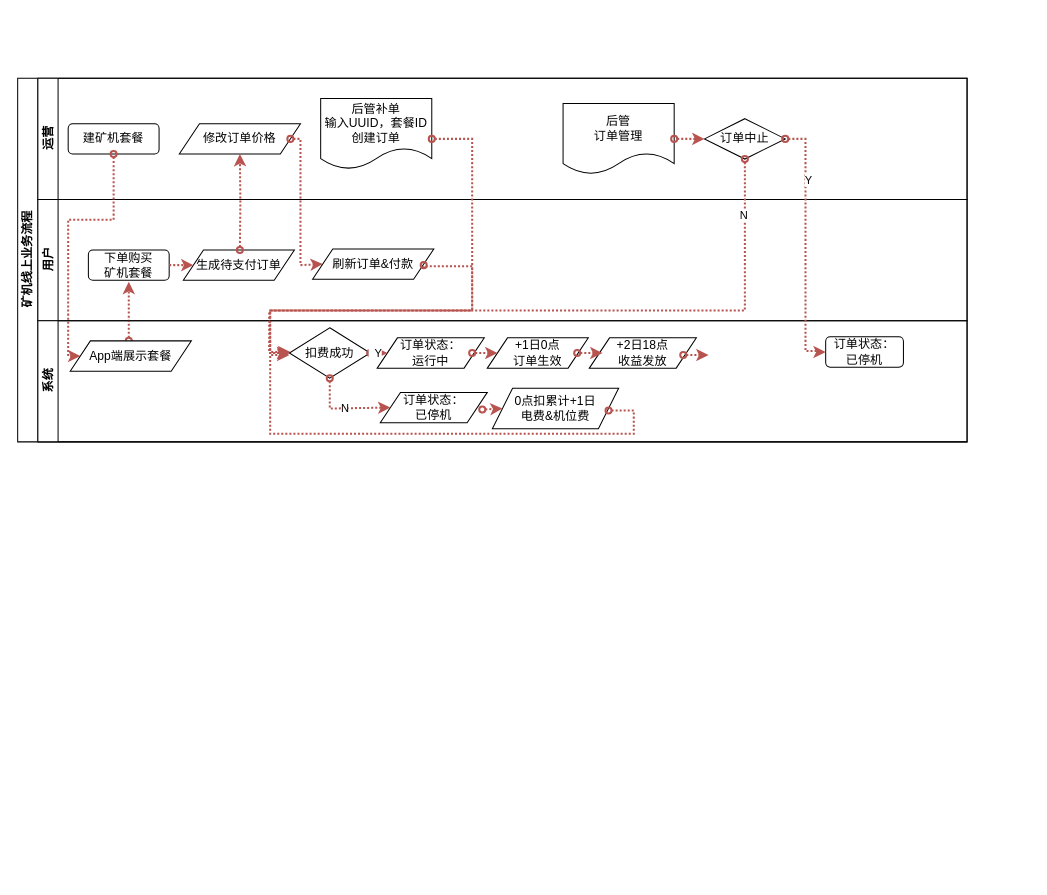
The draw.io diagram _config.yml/未命名绘图.drawio in neobud/jekyll_demo, before the edit. Source tidied: cells renumbered, new cells numbered last; positions are measured from the earlier drawing's top-left corner, leaving out a move shared by most shapes. Both pictures are drawn from the tidied source at 101%, with x=0, y=0 at pixel (17, 78).
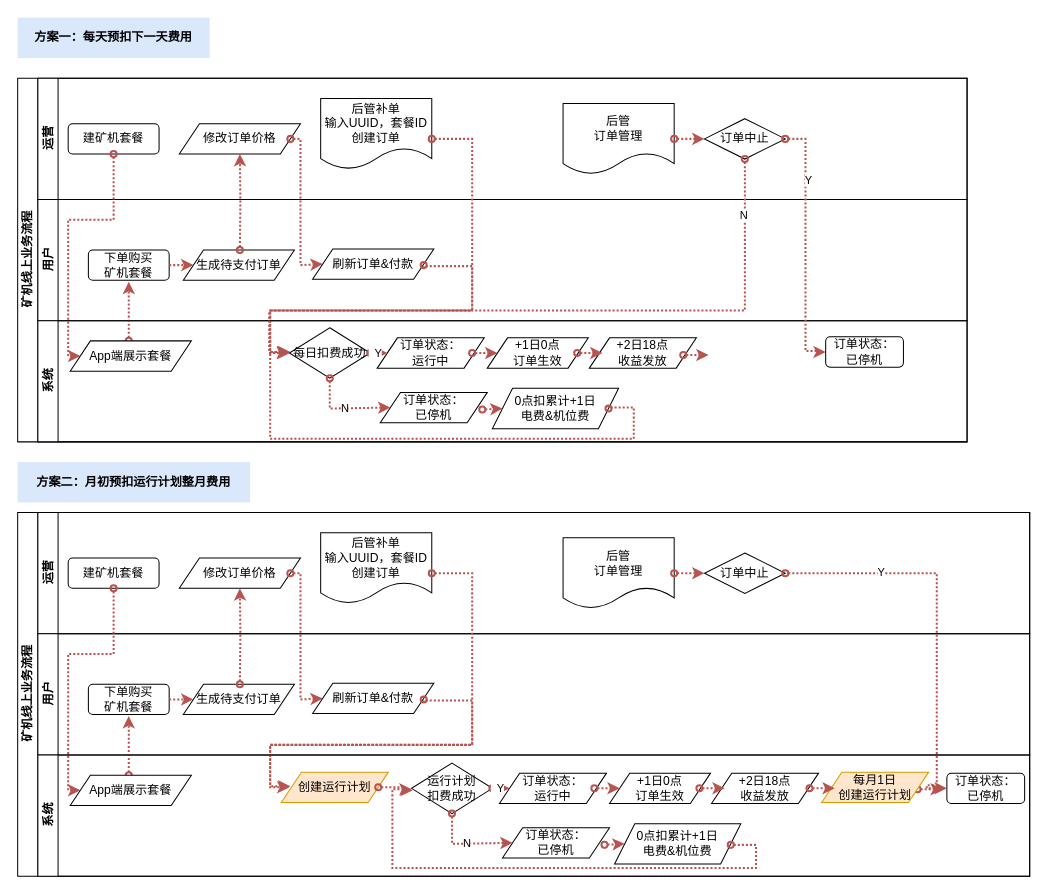
Above is the later version.

Commit message:
矿机业务流程图

Unchanged cells that the change refers to:
```xml
<mxCell id="19" value="系统" style="swimlane;html=1;startSize=20;horizontal=0;" parent="2" vertex="1">
  <mxGeometry x="20" y="240" width="920" height="120" as="geometry" />
</mxCell>
<mxCell id="24" value="0点扣累计+1日&lt;br style=&quot;--tw-border-spacing-x: 0; --tw-border-spacing-y: 0; --tw-translate-x: 0; --tw-translate-y: 0; --tw-rotate: 0; --tw-skew-x: 0; --tw-skew-y: 0; --tw-scale-x: 1; --tw-scale-y: 1; --tw-pan-x: ; --tw-pan-y: ; --tw-pinch-zoom: ; --tw-scroll-snap-strictness: proximity; --tw-gradient-from-position: ; --tw-gradient-via-position: ; --tw-gradient-to-position: ; --tw-ordinal: ; --tw-slashed-zero: ; --tw-numeric-figure: ; --tw-numeric-spacing: ; --tw-numeric-fraction: ; --tw-ring-inset: ; --tw-ring-offset-width: 0px; --tw-ring-offset-color: #fff; --tw-ring-color: rgb(59 130 246 / .5); --tw-ring-offset-shadow: 0 0 #0000; --tw-ring-shadow: 0 0 #0000; --tw-shadow: 0 0 #0000; --tw-shadow-colored: 0 0 #0000; --tw-blur: ; --tw-brightness: ; --tw-contrast: ; --tw-grayscale: ; --tw-hue-rotate: ; --tw-invert: ; --tw-saturate: ; --tw-sepia: ; --tw-drop-shadow: ; --tw-backdrop-blur: ; --tw-backdrop-brightness: ; --tw-backdrop-contrast: ; --tw-backdrop-grayscale: ; --tw-backdrop-hue-rotate: ; --tw-backdrop-invert: ; --tw-backdrop-opacity: ; --tw-backdrop-saturate: ; --tw-backdrop-sepia: ; border-color: var(--border-color);&quot;&gt;电费&amp;amp;机位费" style="shape=parallelogram;perimeter=parallelogramPerimeter;whiteSpace=wrap;html=1;fixedSize=1;" parent="19" vertex="1">
  <mxGeometry x="450" y="67" width="125" height="40" as="geometry" />
</mxCell>
```

The edit, as a diff of the source:
```diff
@@
-    <mxCell id="21" value="扣费成功" style="rhombus;whiteSpace=wrap;html=1;" parent="19" vertex="1">
+    <mxCell id="21" value="每日扣费成功" style="rhombus;whiteSpace=wrap;html=1;" parent="19" vertex="1">
       <mxGeometry x="249" y="7" width="80" height="50" as="geometry" />
     </mxCell>
@@
-    <mxCell id="31" style="edgeStyle=orthogonalEdgeStyle;rounded=0;orthogonalLoop=1;jettySize=auto;html=1;strokeWidth=2;fillColor=#f8cecc;strokeColor=#b85450;dashed=1;dashPattern=1 1;startArrow=oval;startFill=0;exitX=1;exitY=0.5;exitDx=0;exitDy=0;entryX=0;entryY=0.5;entryDx=0;entryDy=0;" parent="19" edge="1">
+    <mxCell id="31" style="edgeStyle=orthogonalEdgeStyle;rounded=0;jettySize=auto;html=1;strokeWidth=2;fillColor=#f8cecc;strokeColor=#b85450;dashed=1;dashPattern=1 1;startArrow=oval;startFill=0;exitX=1;exitY=0.5;exitDx=0;exitDy=0;entryX=0;entryY=0.5;entryDx=0;entryDy=0;" parent="19" edge="1" source="24">
       <mxGeometry relative="1" as="geometry">
-        <mxPoint x="565" y="89" as="sourcePoint" />
-        <mxPoint x="249" y="34" as="targetPoint" />
+        <mxPoint x="249" y="31" as="targetPoint" />
         <Array as="points">
-          <mxPoint x="590" y="89" />
-          <mxPoint x="590" y="112" />
-          <mxPoint x="230" y="112" />
-          <mxPoint x="230" y="34" />
+          <mxPoint x="565" y="86" />
+          <mxPoint x="590" y="86" />
+          <mxPoint x="590" y="117" />
+          <mxPoint x="230" y="117" />
+          <mxPoint x="230" y="31" />
         </Array>
       </mxGeometry>
     </mxCell>
@@
+    <mxCell id="42" value="矿机线上业务流程" style="swimlane;html=1;horizontal=0;startSize=20;" parent="1" vertex="1">
+      <mxGeometry y="430" width="1002" height="360" as="geometry" />
+    </mxCell>
+    <mxCell id="43" value="运营" style="swimlane;html=1;startSize=20;horizontal=0;" parent="42" vertex="1">
+      <mxGeometry x="20" width="982" height="120" as="geometry" />
+    </mxCell>
+    <mxCell id="44" value="建矿机套餐" style="rounded=1;whiteSpace=wrap;html=1;" parent="43" vertex="1">
+      <mxGeometry x="30" y="45" width="90" height="30" as="geometry" />
+    </mxCell>
+    <mxCell id="45" value="修改订单价格" style="shape=parallelogram;perimeter=parallelogramPerimeter;whiteSpace=wrap;html=1;fixedSize=1;" parent="43" vertex="1">
+      <mxGeometry x="140" y="45" width="120" height="30" as="geometry" />
+    </mxCell>
+    <mxCell id="46" value="后管补单&lt;br&gt;输入UUID，套餐ID 创建订单" style="shape=document;whiteSpace=wrap;html=1;boundedLbl=1;" parent="43" vertex="1">
+      <mxGeometry x="280" y="20" width="110" height="70" as="geometry" />
+    </mxCell>
+    <mxCell id="47" style="edgeStyle=orthogonalEdgeStyle;rounded=0;jettySize=auto;html=1;strokeWidth=2;fillColor=#f8cecc;strokeColor=#b85450;dashed=1;dashPattern=1 1;entryX=0;entryY=0.5;entryDx=0;entryDy=0;startArrow=oval;startFill=0;" parent="43" edge="1" target="53">
+      <mxGeometry relative="1" as="geometry">
+        <mxPoint x="250" y="60" as="sourcePoint" />
+        <Array as="points">
+          <mxPoint x="260" y="60" />
+          <mxPoint x="260" y="185" />
+        </Array>
+      </mxGeometry>
+    </mxCell>
+    <mxCell id="48" value="订单中止" style="rhombus;whiteSpace=wrap;html=1;" parent="43" vertex="1">
+      <mxGeometry x="660" y="40" width="80" height="40" as="geometry" />
+    </mxCell>
+    <mxCell id="49" value="后管&lt;br&gt;订单管理" style="shape=document;whiteSpace=wrap;html=1;boundedLbl=1;" parent="43" vertex="1">
+      <mxGeometry x="520" y="25" width="110" height="70" as="geometry" />
+    </mxCell>
+    <mxCell id="50" value="用户" style="swimlane;html=1;startSize=20;horizontal=0;" parent="42" vertex="1">
+      <mxGeometry x="20" y="120" width="982" height="120" as="geometry" />
+    </mxCell>
+    <mxCell id="51" value="下单购买&lt;br&gt;矿机套餐" style="rounded=1;whiteSpace=wrap;html=1;" parent="50" vertex="1">
+      <mxGeometry x="50" y="50" width="80" height="30" as="geometry" />
+    </mxCell>
+    <mxCell id="52" value="生成待支付订单" style="shape=parallelogram;perimeter=parallelogramPerimeter;whiteSpace=wrap;html=1;fixedSize=1;" parent="50" vertex="1">
+      <mxGeometry x="144" y="50" width="110" height="30" as="geometry" />
+    </mxCell>
+    <mxCell id="53" value="刷新订单&amp;amp;付款" style="shape=parallelogram;perimeter=parallelogramPerimeter;whiteSpace=wrap;html=1;fixedSize=1;" parent="50" vertex="1">
+      <mxGeometry x="272" y="49" width="120" height="30" as="geometry" />
+    </mxCell>
+    <mxCell id="54" style="edgeStyle=orthogonalEdgeStyle;rounded=0;jettySize=auto;html=1;strokeWidth=2;fillColor=#f8cecc;strokeColor=#b85450;dashed=1;dashPattern=1 1;entryX=0;entryY=0.5;entryDx=0;entryDy=0;exitX=1;exitY=0.5;exitDx=0;exitDy=0;" parent="50" edge="1" source="51" target="52">
+      <mxGeometry relative="1" as="geometry" />
+    </mxCell>
+    <mxCell id="55" style="edgeStyle=orthogonalEdgeStyle;rounded=0;orthogonalLoop=1;jettySize=auto;html=1;strokeWidth=2;fillColor=#f8cecc;strokeColor=#b85450;dashed=1;dashPattern=1 1;startArrow=oval;startFill=0;entryX=0;entryY=0.5;entryDx=0;entryDy=0;" parent="42" edge="1">
+      <mxGeometry relative="1" as="geometry">
+        <mxPoint x="410" y="60" as="sourcePoint" />
+        <mxPoint x="269" y="272" as="targetPoint" />
+        <Array as="points">
+          <mxPoint x="450" y="60" />
+          <mxPoint x="450" y="230" />
+          <mxPoint x="250" y="230" />
+          <mxPoint x="250" y="272" />
+        </Array>
+      </mxGeometry>
+    </mxCell>
+    <mxCell id="56" style="edgeStyle=orthogonalEdgeStyle;rounded=0;orthogonalLoop=1;jettySize=auto;html=1;strokeWidth=2;fillColor=#f8cecc;strokeColor=#b85450;dashed=1;dashPattern=1 1;startArrow=oval;startFill=0;exitX=1;exitY=0.5;exitDx=0;exitDy=0;" parent="42" edge="1">
+      <mxGeometry relative="1" as="geometry">
+        <mxPoint x="402" y="185" as="sourcePoint" />
+        <mxPoint x="270" y="271" as="targetPoint" />
+        <Array as="points">
+          <mxPoint x="402" y="186" />
+          <mxPoint x="450" y="186" />
+          <mxPoint x="450" y="230" />
+          <mxPoint x="250" y="230" />
+          <mxPoint x="250" y="271" />
+        </Array>
+      </mxGeometry>
+    </mxCell>
+    <mxCell id="57" style="edgeStyle=orthogonalEdgeStyle;rounded=0;jettySize=auto;html=1;entryX=0;entryY=0.5;entryDx=0;entryDy=0;fillColor=#f8cecc;strokeColor=#b85450;strokeWidth=2;startArrow=oval;startFill=0;dashed=1;dashPattern=1 1;" parent="42" edge="1" source="44" target="60">
+      <mxGeometry relative="1" as="geometry">
+        <Array as="points">
+          <mxPoint x="95" y="140" />
+          <mxPoint x="50" y="140" />
+          <mxPoint x="50" y="275" />
+        </Array>
+      </mxGeometry>
+    </mxCell>
+    <mxCell id="58" style="edgeStyle=orthogonalEdgeStyle;rounded=0;orthogonalLoop=1;jettySize=auto;html=1;strokeWidth=2;fillColor=#f8cecc;strokeColor=#b85450;dashed=1;dashPattern=1 1;startArrow=oval;startFill=0;entryX=0.613;entryY=1.05;entryDx=0;entryDy=0;entryPerimeter=0;" parent="42" edge="1">
+      <mxGeometry relative="1" as="geometry">
+        <mxPoint x="110" y="260" as="sourcePoint" />
+        <mxPoint x="110" y="201.5" as="targetPoint" />
+      </mxGeometry>
+    </mxCell>
+    <mxCell id="59" value="系统" style="swimlane;html=1;startSize=20;horizontal=0;" parent="42" vertex="1">
+      <mxGeometry x="20" y="240" width="982" height="120" as="geometry" />
+    </mxCell>
+    <mxCell id="60" value="App端展示套餐" style="shape=parallelogram;perimeter=parallelogramPerimeter;whiteSpace=wrap;html=1;fixedSize=1;" parent="59" vertex="1">
+      <mxGeometry x="32" y="20" width="120" height="30" as="geometry" />
+    </mxCell>
+    <mxCell id="61" value="运行计划&lt;br&gt;扣费成功" style="rhombus;whiteSpace=wrap;html=1;" parent="59" vertex="1">
+      <mxGeometry x="370" y="8" width="80" height="50" as="geometry" />
+    </mxCell>
+    <mxCell id="62" value="订单状态：&lt;br&gt;运行中" style="shape=parallelogram;perimeter=parallelogramPerimeter;whiteSpace=wrap;html=1;fixedSize=1;" parent="59" vertex="1">
+      <mxGeometry x="457" y="18" width="106" height="30" as="geometry" />
+    </mxCell>
+    <mxCell id="63" value="订单状态：&lt;br&gt;已停机" style="shape=parallelogram;perimeter=parallelogramPerimeter;whiteSpace=wrap;html=1;fixedSize=1;" parent="59" vertex="1">
+      <mxGeometry x="460" y="72" width="106" height="30" as="geometry" />
+    </mxCell>
+    <mxCell id="64" value="0点扣累计+1日&lt;br style=&quot;--tw-border-spacing-x: 0; --tw-border-spacing-y: 0; --tw-translate-x: 0; --tw-translate-y: 0; --tw-rotate: 0; --tw-skew-x: 0; --tw-skew-y: 0; --tw-scale-x: 1; --tw-scale-y: 1; --tw-pan-x: ; --tw-pan-y: ; --tw-pinch-zoom: ; --tw-scroll-snap-strictness: proximity; --tw-gradient-from-position: ; --tw-gradient-via-position: ; --tw-gradient-to-position: ; --tw-ordinal: ; --tw-slashed-zero: ; --tw-numeric-figure: ; --tw-numeric-spacing: ; --tw-numeric-fraction: ; --tw-ring-inset: ; --tw-ring-offset-width: 0px; --tw-ring-offset-color: #fff; --tw-ring-color: rgb(59 130 246 / .5); --tw-ring-offset-shadow: 0 0 #0000; --tw-ring-shadow: 0 0 #0000; --tw-shadow: 0 0 #0000; --tw-shadow-colored: 0 0 #0000; --tw-blur: ; --tw-brightness: ; --tw-contrast: ; --tw-grayscale: ; --tw-hue-rotate: ; --tw-invert: ; --tw-saturate: ; --tw-sepia: ; --tw-drop-shadow: ; --tw-backdrop-blur: ; --tw-backdrop-brightness: ; --tw-backdrop-contrast: ; --tw-backdrop-grayscale: ; --tw-backdrop-hue-rotate: ; --tw-backdrop-invert: ; --tw-backdrop-opacity: ; --tw-backdrop-saturate: ; --tw-backdrop-sepia: ; border-color: var(--border-color);&quot;&gt;电费&amp;amp;机位费" style="shape=parallelogram;perimeter=parallelogramPerimeter;whiteSpace=wrap;html=1;fixedSize=1;" parent="59" vertex="1">
+      <mxGeometry x="571" y="68" width="125" height="40" as="geometry" />
+    </mxCell>
+    <mxCell id="65" value="+1日0点&lt;br&gt;订单生效" style="shape=parallelogram;perimeter=parallelogramPerimeter;whiteSpace=wrap;html=1;fixedSize=1;" parent="59" vertex="1">
+      <mxGeometry x="566" y="18" width="100" height="30" as="geometry" />
+    </mxCell>
+    <mxCell id="66" value="+2日18点&lt;br&gt;收益发放" style="shape=parallelogram;perimeter=parallelogramPerimeter;whiteSpace=wrap;html=1;fixedSize=1;" parent="59" vertex="1">
+      <mxGeometry x="667" y="18" width="106" height="30" as="geometry" />
+    </mxCell>
+    <mxCell id="67" style="edgeStyle=orthogonalEdgeStyle;rounded=0;jettySize=auto;html=1;strokeWidth=2;fillColor=#f8cecc;strokeColor=#b85450;dashed=1;dashPattern=1 1;startArrow=oval;startFill=0;exitX=1;exitY=0.5;exitDx=0;exitDy=0;entryX=0;entryY=0.5;entryDx=0;entryDy=0;" parent="59" edge="1" source="61" target="62">
+      <mxGeometry relative="1" as="geometry" />
+    </mxCell>
+    <mxCell id="68" value="&amp;nbsp; Y" style="edgeLabel;html=1;align=center;verticalAlign=middle;" parent="67" vertex="1">
+      <mxGeometry x="-0.53" y="1" relative="1" as="geometry" />
+    </mxCell>
+    <mxCell id="69" value="订单状态：&lt;br style=&quot;--tw-border-spacing-x: 0; --tw-border-spacing-y: 0; --tw-translate-x: 0; --tw-translate-y: 0; --tw-rotate: 0; --tw-skew-x: 0; --tw-skew-y: 0; --tw-scale-x: 1; --tw-scale-y: 1; --tw-pan-x: ; --tw-pan-y: ; --tw-pinch-zoom: ; --tw-scroll-snap-strictness: proximity; --tw-gradient-from-position: ; --tw-gradient-via-position: ; --tw-gradient-to-position: ; --tw-ordinal: ; --tw-slashed-zero: ; --tw-numeric-figure: ; --tw-numeric-spacing: ; --tw-numeric-fraction: ; --tw-ring-inset: ; --tw-ring-offset-width: 0px; --tw-ring-offset-color: #fff; --tw-ring-color: rgb(59 130 246 / .5); --tw-ring-offset-shadow: 0 0 #0000; --tw-ring-shadow: 0 0 #0000; --tw-shadow: 0 0 #0000; --tw-shadow-colored: 0 0 #0000; --tw-blur: ; --tw-brightness: ; --tw-contrast: ; --tw-grayscale: ; --tw-hue-rotate: ; --tw-invert: ; --tw-saturate: ; --tw-sepia: ; --tw-drop-shadow: ; --tw-backdrop-blur: ; --tw-backdrop-brightness: ; --tw-backdrop-contrast: ; --tw-backdrop-grayscale: ; --tw-backdrop-hue-rotate: ; --tw-backdrop-invert: ; --tw-backdrop-opacity: ; --tw-backdrop-saturate: ; --tw-backdrop-sepia: ; border-color: var(--border-color);&quot;&gt;已停机" style="rounded=1;whiteSpace=wrap;html=1;" parent="59" vertex="1">
+      <mxGeometry x="900" y="18" width="77" height="30" as="geometry" />
+    </mxCell>
+    <mxCell id="70" value="N" style="edgeStyle=orthogonalEdgeStyle;rounded=0;jettySize=auto;html=1;strokeWidth=2;fillColor=#f8cecc;strokeColor=#b85450;dashed=1;dashPattern=1 1;startArrow=oval;startFill=0;exitX=0.5;exitY=1;exitDx=0;exitDy=0;entryX=0;entryY=0.5;entryDx=0;entryDy=0;" parent="59" edge="1" source="61" target="63">
+      <mxGeometry relative="1" as="geometry">
+        <Array as="points">
+          <mxPoint x="410" y="88" />
+        </Array>
+      </mxGeometry>
+    </mxCell>
+    <mxCell id="71" style="edgeStyle=orthogonalEdgeStyle;rounded=0;orthogonalLoop=1;jettySize=auto;html=1;strokeWidth=2;fillColor=#f8cecc;strokeColor=#b85450;dashed=1;dashPattern=1 1;startArrow=oval;startFill=0;exitX=1;exitY=0.5;exitDx=0;exitDy=0;entryX=0;entryY=0.5;entryDx=0;entryDy=0;" parent="59" edge="1">
+      <mxGeometry relative="1" as="geometry">
+        <mxPoint x="686" y="89" as="sourcePoint" />
+        <mxPoint x="370" y="34" as="targetPoint" />
+        <Array as="points">
+          <mxPoint x="711" y="89" />
+          <mxPoint x="711" y="112" />
+          <mxPoint x="351" y="112" />
+          <mxPoint x="351" y="34" />
+        </Array>
+      </mxGeometry>
+    </mxCell>
+    <mxCell id="72" style="edgeStyle=orthogonalEdgeStyle;rounded=0;jettySize=auto;html=1;strokeWidth=2;fillColor=#f8cecc;strokeColor=#b85450;dashed=1;dashPattern=1 1;startArrow=oval;startFill=0;entryX=0;entryY=0.5;entryDx=0;entryDy=0;" parent="59" edge="1" target="65">
+      <mxGeometry relative="1" as="geometry">
+        <mxPoint x="551" y="33" as="sourcePoint" />
+      </mxGeometry>
+    </mxCell>
+    <mxCell id="73" style="edgeStyle=orthogonalEdgeStyle;rounded=0;orthogonalLoop=1;jettySize=auto;html=1;strokeWidth=2;fillColor=#f8cecc;strokeColor=#b85450;dashed=1;dashPattern=1 1;startArrow=oval;startFill=0;entryX=0;entryY=0.5;entryDx=0;entryDy=0;" parent="59" edge="1">
+      <mxGeometry relative="1" as="geometry">
+        <mxPoint x="655" y="33" as="sourcePoint" />
+        <mxPoint x="680" y="33" as="targetPoint" />
+      </mxGeometry>
+    </mxCell>
+    <mxCell id="74" style="edgeStyle=orthogonalEdgeStyle;rounded=0;orthogonalLoop=1;jettySize=auto;html=1;strokeWidth=2;fillColor=#f8cecc;strokeColor=#b85450;dashed=1;dashPattern=1 1;startArrow=oval;startFill=0;entryX=0;entryY=0.5;entryDx=0;entryDy=0;" parent="59" edge="1">
+      <mxGeometry relative="1" as="geometry">
+        <mxPoint x="871" y="34" as="sourcePoint" />
+        <mxPoint x="896" y="34" as="targetPoint" />
+      </mxGeometry>
+    </mxCell>
+    <mxCell id="75" style="edgeStyle=orthogonalEdgeStyle;rounded=0;jettySize=auto;html=1;strokeWidth=2;fillColor=#f8cecc;strokeColor=#b85450;dashed=1;dashPattern=1 1;startArrow=oval;startFill=0;entryX=0;entryY=0.5;entryDx=0;entryDy=0;" parent="59" edge="1" target="64">
+      <mxGeometry relative="1" as="geometry">
+        <mxPoint x="561" y="89" as="sourcePoint" />
+        <Array as="points">
+          <mxPoint x="581" y="89" />
+        </Array>
+      </mxGeometry>
+    </mxCell>
+    <mxCell id="76" value="创建运行计划" style="shape=parallelogram;perimeter=parallelogramPerimeter;whiteSpace=wrap;html=1;fixedSize=1;fillColor=#ffe6cc;strokeColor=#d79b00;" parent="59" vertex="1">
+      <mxGeometry x="241" y="17" width="106" height="30" as="geometry" />
+    </mxCell>
+    <mxCell id="77" value="每月1日&lt;br&gt;创建运行计划" style="shape=parallelogram;perimeter=parallelogramPerimeter;whiteSpace=wrap;html=1;fixedSize=1;fillColor=#ffe6cc;strokeColor=#d79b00;" parent="59" vertex="1">
+      <mxGeometry x="776" y="17" width="106" height="30" as="geometry" />
+    </mxCell>
+    <mxCell id="78" style="edgeStyle=orthogonalEdgeStyle;rounded=0;orthogonalLoop=1;jettySize=auto;html=1;strokeWidth=2;fillColor=#f8cecc;strokeColor=#b85450;dashed=1;dashPattern=1 1;startArrow=oval;startFill=0;entryX=0;entryY=0.5;entryDx=0;entryDy=0;" parent="59" edge="1">
+      <mxGeometry relative="1" as="geometry">
+        <mxPoint x="764" y="33" as="sourcePoint" />
+        <mxPoint x="789" y="33" as="targetPoint" />
+      </mxGeometry>
+    </mxCell>
+    <mxCell id="79" style="edgeStyle=orthogonalEdgeStyle;rounded=0;jettySize=auto;html=1;strokeWidth=2;fillColor=#f8cecc;strokeColor=#b85450;dashed=1;dashPattern=1 1;startArrow=oval;startFill=0;entryX=0;entryY=0.5;entryDx=0;entryDy=0;exitX=1;exitY=0.5;exitDx=0;exitDy=0;" parent="59" edge="1" source="76">
+      <mxGeometry relative="1" as="geometry">
+        <mxPoint x="371" y="35" as="targetPoint" />
+        <Array as="points">
+          <mxPoint x="361" y="32" />
+          <mxPoint x="361" y="35" />
+        </Array>
+      </mxGeometry>
+    </mxCell>
+    <mxCell id="80" style="edgeStyle=orthogonalEdgeStyle;rounded=0;jettySize=auto;html=1;strokeWidth=2;fillColor=#f8cecc;strokeColor=#b85450;dashed=1;dashPattern=1 1;startArrow=oval;startFill=0;exitX=1;exitY=0.5;exitDx=0;exitDy=0;entryX=0;entryY=0.5;entryDx=0;entryDy=0;" parent="42" edge="1" source="48" target="69">
+      <mxGeometry relative="1" as="geometry">
+        <Array as="points">
+          <mxPoint x="910" y="60" />
+          <mxPoint x="910" y="270" />
+          <mxPoint x="900" y="270" />
+          <mxPoint x="900" y="273" />
+        </Array>
+      </mxGeometry>
+    </mxCell>
+    <mxCell id="81" value="Y" style="edgeLabel;html=1;align=center;verticalAlign=middle;" parent="80" vertex="1">
+      <mxGeometry x="-0.52" y="2" relative="1" as="geometry" />
+    </mxCell>
+    <mxCell id="82" style="edgeStyle=orthogonalEdgeStyle;rounded=0;jettySize=auto;html=1;strokeWidth=2;fillColor=#f8cecc;strokeColor=#b85450;dashed=1;dashPattern=1 1;entryX=0.5;entryY=1;entryDx=0;entryDy=0;startArrow=oval;startFill=0;" parent="1" edge="1" target="45">
+      <mxGeometry relative="1" as="geometry">
+        <mxPoint x="220" y="600" as="sourcePoint" />
+      </mxGeometry>
+    </mxCell>
+    <mxCell id="83" style="edgeStyle=orthogonalEdgeStyle;rounded=0;jettySize=auto;html=1;strokeWidth=2;fillColor=#f8cecc;strokeColor=#b85450;dashed=1;dashPattern=1 1;entryX=0;entryY=0.5;entryDx=0;entryDy=0;startArrow=oval;startFill=0;" parent="1" edge="1" target="48">
+      <mxGeometry relative="1" as="geometry">
+        <mxPoint x="650" y="490" as="sourcePoint" />
+      </mxGeometry>
+    </mxCell>
+    <mxCell id="84" value="方案一：每天预扣下一天费用" style="rounded=0;whiteSpace=wrap;html=1;strokeColor=none;fillColor=#dae8fc;fontStyle=1;" parent="1" vertex="1">
+      <mxGeometry y="-60" width="190" height="40" as="geometry" />
+    </mxCell>
+    <mxCell id="85" value="方案二：月初预扣运行计划整月费用" style="rounded=0;whiteSpace=wrap;html=1;strokeColor=none;fillColor=#dae8fc;fontStyle=1;" parent="1" vertex="1">
+      <mxGeometry y="380" width="230" height="40" as="geometry" />
+    </mxCell>
```
